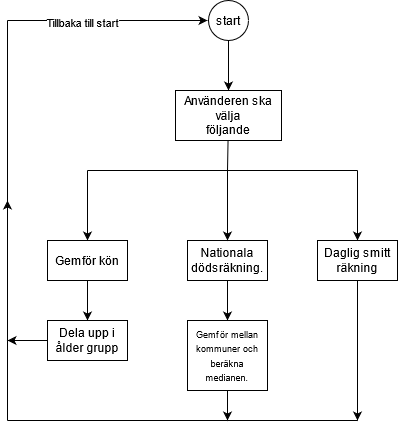
axeljornulf/axel_jornulf_te19d keeps this draw.io diagram as Dataprojekt/planering.png. Above is the earlier version. Source tidied: cells renumbered, new cells last; positions are measured from the earlier drawing's top-left corner, leaving out a move shared by most shapes.
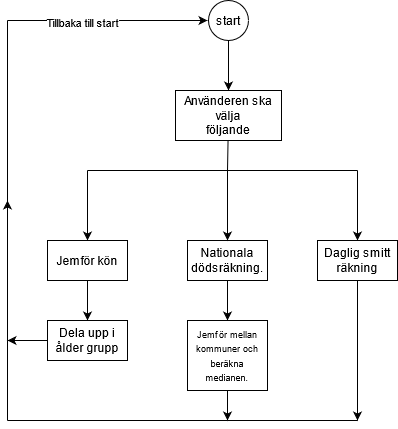
Later version of the same file.

Change to the diagram source:
```diff
@@ -33,7 +33,7 @@
         <mxPoint x="80" y="240" as="targetPoint" />
       </mxGeometry>
     </mxCell>
-    <mxCell id="8" value="Gemför kön" style="rounded=0;whiteSpace=wrap;html=1;" parent="1" vertex="1">
+    <mxCell id="8" value="Jemför kön" style="rounded=0;whiteSpace=wrap;html=1;" parent="1" vertex="1">
       <mxGeometry x="40" y="240" width="80" height="40" as="geometry" />
     </mxCell>
     <mxCell id="9" value="Nationala dödsräkning." style="rounded=0;whiteSpace=wrap;html=1;" parent="1" vertex="1">
@@ -47,7 +47,7 @@
     <mxCell id="11" style="endArrow=classic;html=1;exitX=0.5;exitY=1;exitDx=0;exitDy=0;entryX=0.5;entryY=0;entryDx=0;entryDy=0;" parent="1" edge="1" source="9" target="12">
       <mxGeometry relative="1" as="geometry" />
     </mxCell>
-    <mxCell id="12" value="&lt;font style=&quot;font-size: 9px&quot;&gt;Gemför mellan kommuner och beräkna medianen.&lt;br&gt;&lt;/font&gt;" style="rounded=0;whiteSpace=wrap;html=1;" parent="1" vertex="1">
+    <mxCell id="12" value="&lt;font style=&quot;font-size: 9px&quot;&gt;Jemför mellan kommuner och beräkna medianen.&lt;br&gt;&lt;/font&gt;" style="rounded=0;whiteSpace=wrap;html=1;" parent="1" vertex="1">
       <mxGeometry x="180" y="320" width="80" height="70" as="geometry" />
     </mxCell>
     <mxCell id="13" style="endArrow=classic;html=1;exitX=0.5;exitY=1;exitDx=0;exitDy=0;" parent="1" edge="1" source="8">
```
